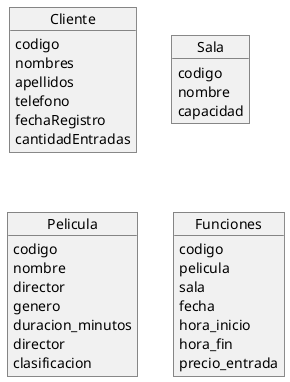
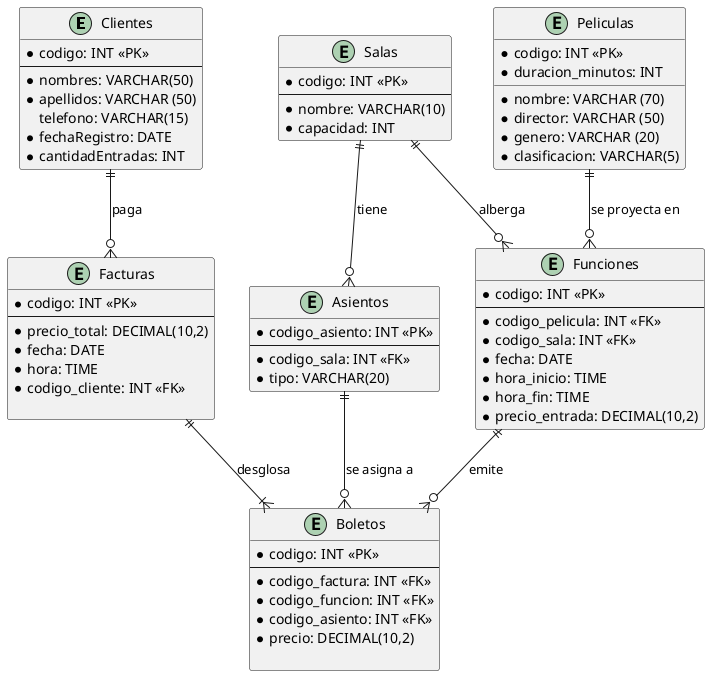
@startuml

- object Cliente{
-     codigo
-     nombres
-     apellidos
-     telefono
-     fechaRegistro
-     cantidadEntradas
+ entity "Clientes" as Clientes{
+     * codigo: INT <<PK>>
+     --
+     * nombres: VARCHAR(50)
+     * apellidos: VARCHAR (50)
+     telefono: VARCHAR(15)
+     * fechaRegistro: DATE
+     * cantidadEntradas: INT
}

- object Sala{
-     codigo
-     nombre
-     capacidad
+ entity "Salas" as Salas{
+     * codigo: INT <<PK>>
+     --
+     * nombre: VARCHAR(10)
+     * capacidad: INT
}

- object Pelicula{
-     codigo
-     nombre
-     director
-     genero
-     duracion_minutos
-     director
-     clasificacion
+ entity "Peliculas" as Peliculas{
+     * codigo: INT <<PK>>
+     * nombre: VARCHAR (70)
+     * director: VARCHAR (50)
+     * genero: VARCHAR (20)
+     * duracion_minutos: INT
+     * clasificacion: VARCHAR(5)
}

- object Funciones{
-     codigo
-     pelicula
-     sala
-     fecha
-     hora_inicio
-     hora_fin
-     precio_entrada
+ entity "Funciones" as Funciones{
+     * codigo: INT <<PK>>
+     --
+     * codigo_pelicula: INT <<FK>>
+     * codigo_sala: INT <<FK>>
+     * fecha: DATE
+     * hora_inicio: TIME
+     * hora_fin: TIME
+     * precio_entrada: DECIMAL(10,2)
}

+ entity "Asientos" as Asientos{
+     * codigo_asiento: INT <<PK>>
+     --
+     * codigo_sala: INT <<FK>>
+     * tipo: VARCHAR(20)
+ }
+ 
+ entity "Boletos" as Boletos{
+     * codigo: INT <<PK>>
+     --
+     * codigo_factura: INT <<FK>>
+     * codigo_funcion: INT <<FK>>
+     * codigo_asiento: INT <<FK>>
+     * precio: DECIMAL(10,2)
+ 
+ }
+ entity "Facturas" as Facturas{
+     * codigo: INT <<PK>>
+     --
+     * precio_total: DECIMAL(10,2)
+     * fecha: DATE
+     * hora: TIME
+     * codigo_cliente: INT <<FK>>
+ 
+ }
+ ' Una Sala tiene muchos Asientos
+ Salas ||--o{ Asientos : "tiene"
+ 
+ ' Una Película tiene muchas Funciones
+ Peliculas ||--o{ Funciones : "se proyecta en"
+ 
+ ' Una Sala tiene muchas Funciones
+ Salas ||--o{ Funciones : "alberga"
+ 
+ ' Un Cliente tiene muchas Facturas
+ Clientes ||--o{ Facturas : "paga"
+ 
+ ' Una Factura tiene muchos Boletos (Detalles)
+ Facturas ||--|{ Boletos : "desglosa"
+ 
+ ' Una Función tiene muchos Boletos vendidos
+ Funciones ||--o{ Boletos : "emite"
+ 
+ ' Un Asiento puede estar en muchos Boletos (en diferentes funciones)
+ Asientos ||--o{ Boletos : "se asigna a"
@enduml